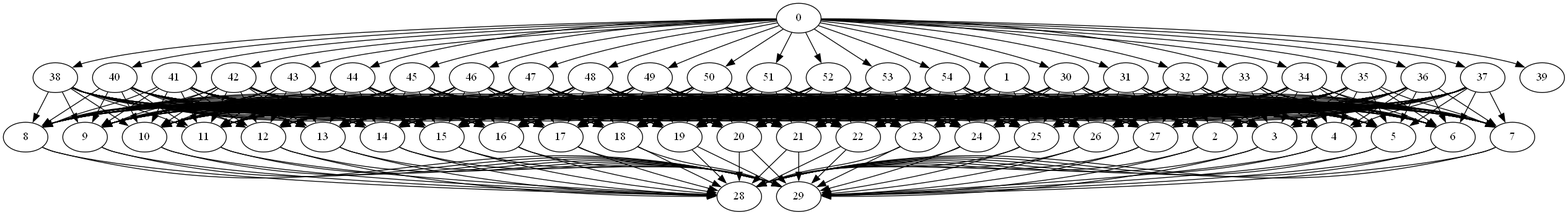
This is 69guy.netdirected_graph.png from Asikl/MazeMapper, a Graphviz export, as it was before one commit. Its source is kept beside it as 69guy.netdirected_graph.dot. Its diagram source:
```dot
digraph G {
	0 -> 1;
	0 -> 30;
	0 -> 31;
	0 -> 32;
	0 -> 33;
	0 -> 34;
	0 -> 35;
	0 -> 36;
	0 -> 37;
	0 -> 38;
	0 -> 39;
	0 -> 40;
	0 -> 41;
	0 -> 42;
	0 -> 43;
	0 -> 44;
	0 -> 45;
	0 -> 46;
	0 -> 47;
	0 -> 48;
	0 -> 49;
	0 -> 50;
	0 -> 51;
	0 -> 52;
	0 -> 53;
	0 -> 54;
	1 -> 2;
	1 -> 3;
	1 -> 4;
	1 -> 5;
	1 -> 6;
	1 -> 7;
	1 -> 8;
	1 -> 9;
	1 -> 10;
	1 -> 11;
	1 -> 12;
	1 -> 13;
	1 -> 14;
	1 -> 15;
	1 -> 16;
	1 -> 17;
	1 -> 18;
	1 -> 19;
	1 -> 20;
	1 -> 21;
	1 -> 22;
	1 -> 23;
	1 -> 24;
	1 -> 25;
	1 -> 26;
	1 -> 27;
	2 -> 28;
	2 -> 29;
	3 -> 28;
	3 -> 29;
	4 -> 28;
	4 -> 29;
	5 -> 28;
	5 -> 29;
	6 -> 28;
	6 -> 29;
	7 -> 28;
	7 -> 29;
	8 -> 28;
	8 -> 29;
	9 -> 28;
	9 -> 29;
	10 -> 28;
	10 -> 29;
	11 -> 28;
	11 -> 29;
	12 -> 28;
	12 -> 29;
	13 -> 28;
	13 -> 29;
	14 -> 28;
	14 -> 29;
	15 -> 28;
	15 -> 29;
	16 -> 28;
	16 -> 29;
	17 -> 28;
	17 -> 29;
	18 -> 28;
	18 -> 29;
	19 -> 28;
	19 -> 29;
	20 -> 28;
	20 -> 29;
	21 -> 28;
	21 -> 29;
	22 -> 28;
	22 -> 29;
	23 -> 28;
	23 -> 29;
	24 -> 28;
	24 -> 29;
	25 -> 28;
	25 -> 29;
	26 -> 28;
	26 -> 29;
	27 -> 28;
	27 -> 29;
	30 -> 2;
	30 -> 3;
	30 -> 4;
	30 -> 5;
	30 -> 6;
	30 -> 7;
	30 -> 8;
	30 -> 9;
	30 -> 10;
	30 -> 11;
	30 -> 12;
	30 -> 13;
	30 -> 14;
	30 -> 15;
	30 -> 16;
	30 -> 17;
	30 -> 18;
	30 -> 19;
	30 -> 20;
	30 -> 21;
	30 -> 22;
	30 -> 23;
	30 -> 24;
	30 -> 25;
	30 -> 26;
	30 -> 27;
	31 -> 2;
	31 -> 3;
	31 -> 4;
	31 -> 5;
	31 -> 6;
	31 -> 7;
	31 -> 8;
	31 -> 9;
	31 -> 10;
	31 -> 11;
	31 -> 12;
	31 -> 13;
	31 -> 14;
	31 -> 15;
	31 -> 16;
	31 -> 17;
	31 -> 18;
	31 -> 19;
	31 -> 20;
	31 -> 21;
	31 -> 22;
	31 -> 23;
	31 -> 24;
	31 -> 25;
	31 -> 26;
	31 -> 27;
	32 -> 2;
	32 -> 3;
	32 -> 4;
	32 -> 5;
	32 -> 6;
	32 -> 7;
	32 -> 8;
	32 -> 9;
	32 -> 10;
	32 -> 11;
	32 -> 12;
	32 -> 13;
	32 -> 14;
	32 -> 15;
	32 -> 16;
	32 -> 17;
	32 -> 18;
	32 -> 19;
	32 -> 20;
	32 -> 21;
	32 -> 22;
	32 -> 23;
	32 -> 24;
	32 -> 25;
	32 -> 26;
	32 -> 27;
	33 -> 2;
	33 -> 3;
	33 -> 4;
	33 -> 5;
	33 -> 6;
	33 -> 7;
	33 -> 8;
	33 -> 9;
	33 -> 10;
	33 -> 11;
	33 -> 12;
	33 -> 13;
	33 -> 14;
	33 -> 15;
	33 -> 16;
	33 -> 17;
	33 -> 18;
	33 -> 19;
	33 -> 20;
	33 -> 21;
	33 -> 22;
	33 -> 23;
	33 -> 24;
	33 -> 25;
	33 -> 26;
	33 -> 27;
	34 -> 2;
	34 -> 3;
	34 -> 4;
	34 -> 5;
	34 -> 6;
	34 -> 7;
	34 -> 8;
	34 -> 9;
	34 -> 10;
	34 -> 11;
	34 -> 12;
	34 -> 13;
	34 -> 14;
	34 -> 15;
	34 -> 16;
	34 -> 17;
	34 -> 18;
	34 -> 19;
	34 -> 20;
	34 -> 21;
	34 -> 22;
	34 -> 23;
	34 -> 24;
	34 -> 25;
	34 -> 26;
	34 -> 27;
	35 -> 2;
	35 -> 3;
	35 -> 4;
	35 -> 5;
	35 -> 6;
	35 -> 7;
	35 -> 8;
	35 -> 9;
	35 -> 10;
	35 -> 11;
	35 -> 12;
	35 -> 13;
	35 -> 14;
	35 -> 15;
	35 -> 16;
	35 -> 17;
	35 -> 18;
	35 -> 19;
	35 -> 20;
	35 -> 21;
	35 -> 22;
	35 -> 23;
	35 -> 24;
	35 -> 25;
	35 -> 26;
	35 -> 27;
	36 -> 2;
	36 -> 3;
	36 -> 4;
	36 -> 5;
	36 -> 6;
	36 -> 7;
	36 -> 8;
	36 -> 9;
	36 -> 10;
	36 -> 11;
	36 -> 12;
	36 -> 13;
	36 -> 14;
	36 -> 15;
	36 -> 16;
	36 -> 17;
	36 -> 18;
	36 -> 19;
	36 -> 20;
	36 -> 21;
	36 -> 22;
	36 -> 23;
	36 -> 24;
	36 -> 25;
	36 -> 26;
	36 -> 27;
	37 -> 2;
	37 -> 3;
	37 -> 4;
	37 -> 5;
	37 -> 6;
	37 -> 7;
	37 -> 8;
	37 -> 9;
	37 -> 10;
	37 -> 11;
	37 -> 12;
	37 -> 13;
	37 -> 14;
	37 -> 15;
	37 -> 16;
	37 -> 17;
	37 -> 18;
	37 -> 19;
	37 -> 20;
	37 -> 21;
	37 -> 22;
	37 -> 23;
	37 -> 24;
	37 -> 25;
	37 -> 26;
	37 -> 27;
	38 -> 2;
	38 -> 3;
	38 -> 4;
	38 -> 5;
	38 -> 6;
	38 -> 7;
	38 -> 8;
	38 -> 9;
	38 -> 10;
	38 -> 11;
	38 -> 12;
	38 -> 13;
	38 -> 14;
	38 -> 15;
	38 -> 16;
	38 -> 17;
	38 -> 18;
	38 -> 19;
	38 -> 20;
	38 -> 21;
	38 -> 22;
	38 -> 23;
	38 -> 24;
	38 -> 25;
	38 -> 26;
	38 -> 27;
	40 -> 2;
	40 -> 3;
	40 -> 4;
	40 -> 5;
	40 -> 6;
	40 -> 7;
	40 -> 8;
	40 -> 9;
	40 -> 10;
	40 -> 11;
	40 -> 12;
	40 -> 13;
	40 -> 14;
	40 -> 15;
	40 -> 16;
	40 -> 17;
	40 -> 18;
	40 -> 19;
	40 -> 20;
	40 -> 21;
	40 -> 22;
	40 -> 23;
	40 -> 24;
	40 -> 25;
	40 -> 26;
	40 -> 27;
	41 -> 2;
	41 -> 3;
	41 -> 4;
	41 -> 5;
	41 -> 6;
	41 -> 7;
	41 -> 8;
	41 -> 9;
	41 -> 10;
	41 -> 11;
	41 -> 12;
	41 -> 13;
	41 -> 14;
	41 -> 15;
	41 -> 16;
	41 -> 17;
	41 -> 18;
	41 -> 19;
	41 -> 20;
	41 -> 21;
	41 -> 22;
	41 -> 23;
	41 -> 24;
	41 -> 25;
	41 -> 26;
	41 -> 27;
	42 -> 2;
	42 -> 3;
	42 -> 4;
	42 -> 5;
	42 -> 6;
	42 -> 7;
	42 -> 8;
	42 -> 9;
	42 -> 10;
	42 -> 11;
	42 -> 12;
	42 -> 13;
	42 -> 14;
	42 -> 15;
	42 -> 16;
	42 -> 17;
	42 -> 18;
	42 -> 19;
	42 -> 20;
	42 -> 21;
	42 -> 22;
	42 -> 23;
	42 -> 24;
	42 -> 25;
	42 -> 26;
	42 -> 27;
	43 -> 2;
	43 -> 3;
	43 -> 4;
	43 -> 5;
	43 -> 6;
	43 -> 7;
	43 -> 8;
	43 -> 9;
	43 -> 10;
	43 -> 11;
	43 -> 12;
	43 -> 13;
	43 -> 14;
	43 -> 15;
	43 -> 16;
	43 -> 17;
	43 -> 18;
	43 -> 19;
	43 -> 20;
	43 -> 21;
	43 -> 22;
	43 -> 23;
	43 -> 24;
	43 -> 25;
	43 -> 26;
	43 -> 27;
	44 -> 2;
	44 -> 3;
	44 -> 4;
	44 -> 5;
	44 -> 6;
	44 -> 7;
	44 -> 8;
	44 -> 9;
	44 -> 10;
	44 -> 11;
	44 -> 12;
	44 -> 13;
	44 -> 14;
	44 -> 15;
	44 -> 16;
	44 -> 17;
	44 -> 18;
	44 -> 19;
	44 -> 20;
	44 -> 21;
	44 -> 22;
	44 -> 23;
	44 -> 24;
	44 -> 25;
	44 -> 26;
	44 -> 27;
	45 -> 2;
	45 -> 3;
	45 -> 4;
	45 -> 5;
	45 -> 6;
	45 -> 7;
	45 -> 8;
	45 -> 9;
	45 -> 10;
	45 -> 11;
	45 -> 12;
	45 -> 13;
	45 -> 14;
	45 -> 15;
	45 -> 16;
	45 -> 17;
	45 -> 18;
	45 -> 19;
	45 -> 20;
	45 -> 21;
	45 -> 22;
	45 -> 23;
	45 -> 24;
	45 -> 25;
	45 -> 26;
	45 -> 27;
	46 -> 2;
	46 -> 3;
	46 -> 4;
	46 -> 5;
	46 -> 6;
	46 -> 7;
	46 -> 8;
	46 -> 9;
	46 -> 10;
	46 -> 11;
	46 -> 12;
	46 -> 13;
	46 -> 14;
	46 -> 15;
	46 -> 16;
	46 -> 17;
	46 -> 18;
	46 -> 19;
	46 -> 20;
	46 -> 21;
	46 -> 22;
	46 -> 23;
	46 -> 24;
	46 -> 25;
	46 -> 26;
	46 -> 27;
	47 -> 2;
	47 -> 3;
	47 -> 4;
	47 -> 5;
	47 -> 6;
	47 -> 7;
	47 -> 8;
	47 -> 9;
	47 -> 10;
	47 -> 11;
	47 -> 12;
	47 -> 13;
	47 -> 14;
	47 -> 15;
	47 -> 16;
	47 -> 17;
	47 -> 18;
	47 -> 19;
	47 -> 20;
	47 -> 21;
	47 -> 22;
	47 -> 23;
	47 -> 24;
	47 -> 25;
	47 -> 26;
	47 -> 27;
	48 -> 2;
	48 -> 3;
	48 -> 4;
	48 -> 5;
	48 -> 6;
	48 -> 7;
	48 -> 8;
	48 -> 9;
	48 -> 10;
	48 -> 11;
	48 -> 12;
	48 -> 13;
	48 -> 14;
	48 -> 15;
	48 -> 16;
	48 -> 17;
	48 -> 18;
	48 -> 19;
	48 -> 20;
	48 -> 21;
	48 -> 22;
	48 -> 23;
	48 -> 24;
	48 -> 25;
	48 -> 26;
	48 -> 27;
	49 -> 2;
	49 -> 3;
	49 -> 4;
	49 -> 5;
	49 -> 6;
	49 -> 7;
	49 -> 8;
	49 -> 9;
	49 -> 10;
	49 -> 11;
	49 -> 12;
	49 -> 13;
	49 -> 14;
	49 -> 15;
	49 -> 16;
	49 -> 17;
	49 -> 18;
	49 -> 19;
	49 -> 20;
	49 -> 21;
	49 -> 22;
	49 -> 23;
	49 -> 24;
	49 -> 25;
	49 -> 26;
	49 -> 27;
	50 -> 2;
	50 -> 3;
	50 -> 4;
	50 -> 5;
	50 -> 6;
	50 -> 7;
	50 -> 8;
	50 -> 9;
	50 -> 10;
	50 -> 11;
	50 -> 12;
	50 -> 13;
	50 -> 14;
	50 -> 15;
	50 -> 16;
	50 -> 17;
	50 -> 18;
	50 -> 19;
	50 -> 20;
	50 -> 21;
	50 -> 22;
	50 -> 23;
	50 -> 24;
	50 -> 25;
	50 -> 26;
	50 -> 27;
	51 -> 2;
	51 -> 3;
	51 -> 4;
	51 -> 5;
	51 -> 6;
	51 -> 7;
	51 -> 8;
	51 -> 9;
	51 -> 10;
	51 -> 11;
	51 -> 12;
	51 -> 13;
	51 -> 14;
	51 -> 15;
	51 -> 16;
	51 -> 17;
	51 -> 18;
	51 -> 19;
	51 -> 20;
	51 -> 21;
	51 -> 22;
	51 -> 23;
	51 -> 24;
	51 -> 25;
	51 -> 26;
	51 -> 27;
	52 -> 2;
	52 -> 3;
	52 -> 4;
	52 -> 5;
	52 -> 6;
	52 -> 7;
	52 -> 8;
	52 -> 9;
	52 -> 10;
	52 -> 11;
	52 -> 12;
	52 -> 13;
	52 -> 14;
	52 -> 15;
	52 -> 16;
	52 -> 17;
	52 -> 18;
	52 -> 19;
	52 -> 20;
	52 -> 21;
	52 -> 22;
	52 -> 23;
	52 -> 24;
	52 -> 25;
	52 -> 26;
	52 -> 27;
	53 -> 2;
	53 -> 3;
	53 -> 4;
	53 -> 5;
	53 -> 6;
	53 -> 7;
	53 -> 8;
	53 -> 9;
	53 -> 10;
	53 -> 11;
	53 -> 12;
	53 -> 13;
	53 -> 14;
	53 -> 15;
	53 -> 16;
	53 -> 17;
	53 -> 18;
	53 -> 19;
	53 -> 20;
	53 -> 21;
	53 -> 22;
	53 -> 23;
	53 -> 24;
	53 -> 25;
	53 -> 26;
	53 -> 27;
	54 -> 2;
	54 -> 3;
	54 -> 4;
	54 -> 5;
	54 -> 6;
	54 -> 7;
	54 -> 8;
	54 -> 9;
	54 -> 10;
	54 -> 11;
	54 -> 12;
	54 -> 13;
	54 -> 14;
	54 -> 15;
	54 -> 16;
	54 -> 17;
	54 -> 18;
	54 -> 19;
	54 -> 20;
	54 -> 21;
	54 -> 22;
	54 -> 23;
	54 -> 24;
	54 -> 25;
	54 -> 26;
	54 -> 27;
}
```
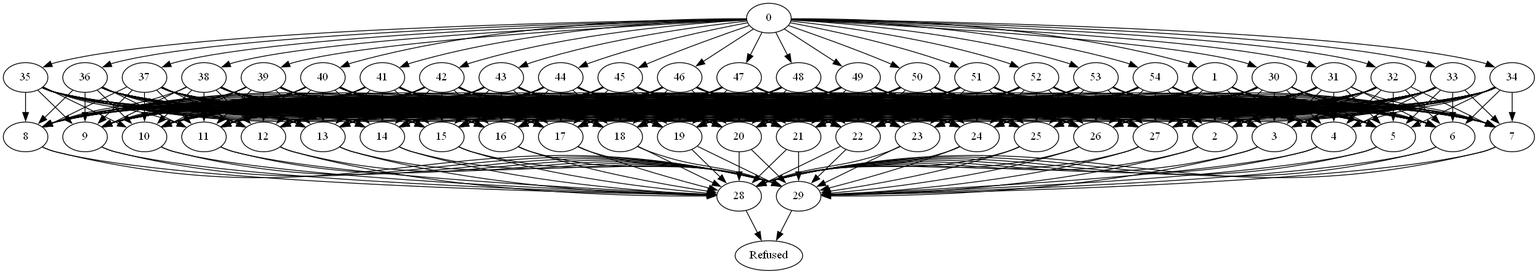
After the change.

Change to the diagram source:
```diff
@@ -103,6 +103,8 @@
 	26 -> 29;
 	27 -> 28;
 	27 -> 29;
+	28 -> "Refused";
+	29 -> "Refused";
 	30 -> 2;
 	30 -> 3;
 	30 -> 4;
@@ -337,6 +339,32 @@
 	38 -> 25;
 	38 -> 26;
 	38 -> 27;
+	39 -> 2;
+	39 -> 3;
+	39 -> 4;
+	39 -> 5;
+	39 -> 6;
+	39 -> 7;
+	39 -> 8;
+	39 -> 9;
+	39 -> 10;
+	39 -> 11;
+	39 -> 12;
+	39 -> 13;
+	39 -> 14;
+	39 -> 15;
+	39 -> 16;
+	39 -> 17;
+	39 -> 18;
+	39 -> 19;
+	39 -> 20;
+	39 -> 21;
+	39 -> 22;
+	39 -> 23;
+	39 -> 24;
+	39 -> 25;
+	39 -> 26;
+	39 -> 27;
 	40 -> 2;
 	40 -> 3;
 	40 -> 4;
```
